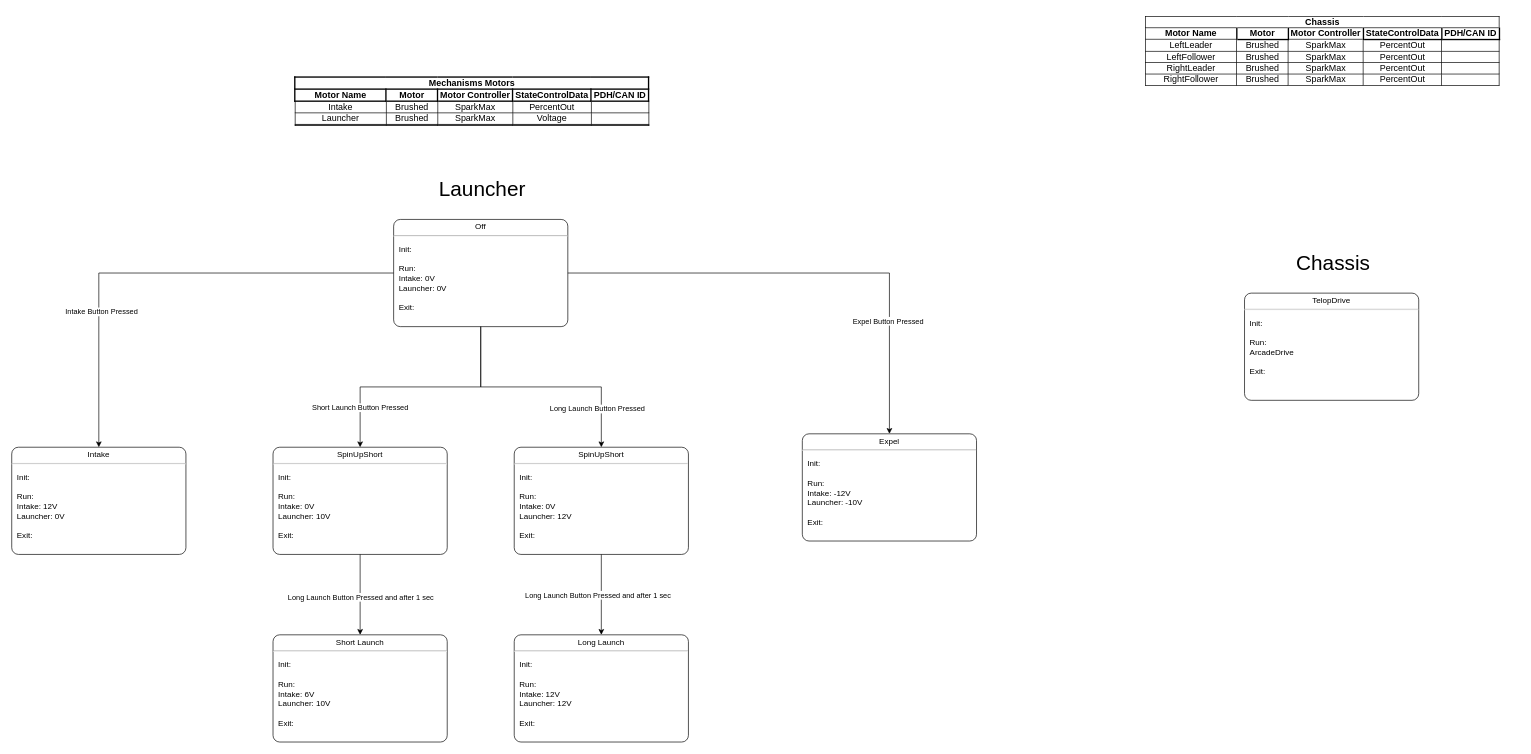
The draw.io diagram doc/State Diagram.drawio in AlexMyers0618/2026Year1Rebuilt, before the edit. Source tidied: cells renumbered, new cells numbered last; positions are measured from the earlier drawing's top-left corner, leaving out a move shared by most shapes. Both pictures are drawn from the tidied source at 67%, with x=0, y=0 at pixel (11, 11).
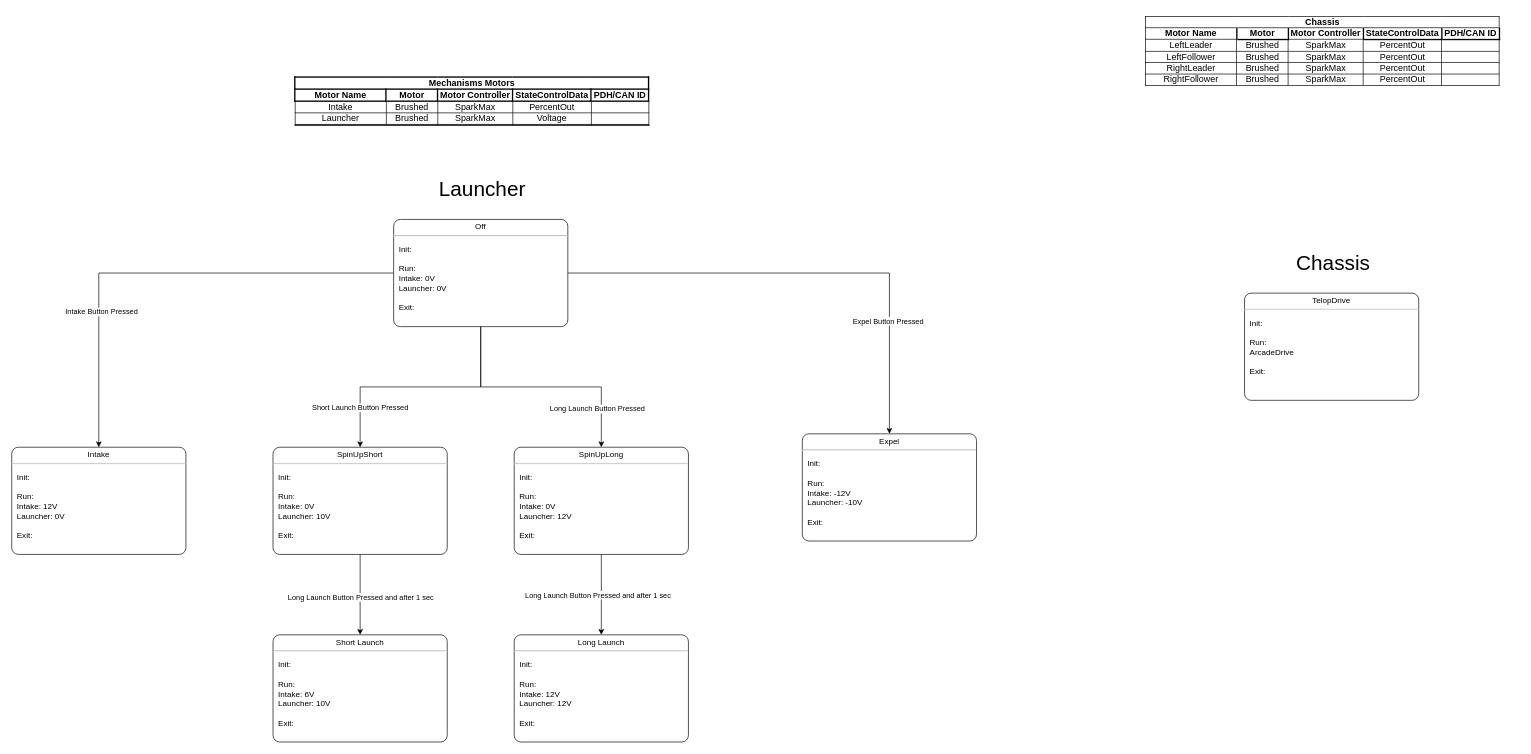
Above is the later version.

The edit, as a diff of the source:
```diff
@@
-    <mxCell id="19" value="&lt;p style=&quot;margin:0px;margin-top:4px;text-align:center;&quot;&gt;SpinUpShort&lt;/p&gt;&lt;hr&gt;&lt;p&gt;&lt;/p&gt;&lt;p style=&quot;margin:0px;margin-left:8px;text-align:left;&quot;&gt;Init:&amp;nbsp;&lt;span style=&quot;background-color: transparent; color: light-dark(rgb(0, 0, 0), rgb(255, 255, 255));&quot;&gt;&amp;nbsp;&lt;/span&gt;&lt;/p&gt;&lt;p style=&quot;margin:0px;margin-left:8px;text-align:left;&quot;&gt;&lt;br&gt;&lt;/p&gt;&lt;p style=&quot;margin: 0px 0px 0px 8px; text-align: left;&quot;&gt;&lt;span style=&quot;background-color: transparent; color: light-dark(rgb(0, 0, 0), rgb(255, 255, 255));&quot;&gt;Run:&amp;nbsp;&lt;/span&gt;&lt;/p&gt;&lt;p style=&quot;margin: 0px 0px 0px 8px; text-align: left;&quot;&gt;Intake: 0V&lt;/p&gt;&lt;p style=&quot;margin: 0px 0px 0px 8px; text-align: left;&quot;&gt;Launcher: 12V&lt;/p&gt;&lt;p style=&quot;margin: 0px 0px 0px 8px; text-align: left;&quot;&gt;&lt;br&gt;&lt;/p&gt;&lt;p style=&quot;margin: 0px 0px 0px 8px; text-align: left;&quot;&gt;&lt;span style=&quot;background-color: transparent; color: light-dark(rgb(0, 0, 0), rgb(255, 255, 255));&quot;&gt;Exit:&amp;nbsp;&lt;/span&gt;&lt;/p&gt;&lt;p style=&quot;margin:0px;margin-left:8px;text-align:left;&quot;&gt;&lt;span style=&quot;background-color: transparent; color: light-dark(rgb(0, 0, 0), rgb(255, 255, 255));&quot;&gt;&lt;br&gt;&lt;/span&gt;&lt;/p&gt;" style="shape=mxgraph.sysml.simpleState;html=1;overflow=fill;whiteSpace=wrap;align=center;" parent="1" vertex="1">
+    <mxCell id="19" value="&lt;p style=&quot;margin:0px;margin-top:4px;text-align:center;&quot;&gt;SpinUpLong&lt;/p&gt;&lt;hr&gt;&lt;p&gt;&lt;/p&gt;&lt;p style=&quot;margin:0px;margin-left:8px;text-align:left;&quot;&gt;Init:&amp;nbsp;&lt;span style=&quot;background-color: transparent; color: light-dark(rgb(0, 0, 0), rgb(255, 255, 255));&quot;&gt;&amp;nbsp;&lt;/span&gt;&lt;/p&gt;&lt;p style=&quot;margin:0px;margin-left:8px;text-align:left;&quot;&gt;&lt;br&gt;&lt;/p&gt;&lt;p style=&quot;margin: 0px 0px 0px 8px; text-align: left;&quot;&gt;&lt;span style=&quot;background-color: transparent; color: light-dark(rgb(0, 0, 0), rgb(255, 255, 255));&quot;&gt;Run:&amp;nbsp;&lt;/span&gt;&lt;/p&gt;&lt;p style=&quot;margin: 0px 0px 0px 8px; text-align: left;&quot;&gt;Intake: 0V&lt;/p&gt;&lt;p style=&quot;margin: 0px 0px 0px 8px; text-align: left;&quot;&gt;Launcher: 12V&lt;/p&gt;&lt;p style=&quot;margin: 0px 0px 0px 8px; text-align: left;&quot;&gt;&lt;br&gt;&lt;/p&gt;&lt;p style=&quot;margin: 0px 0px 0px 8px; text-align: left;&quot;&gt;&lt;span style=&quot;background-color: transparent; color: light-dark(rgb(0, 0, 0), rgb(255, 255, 255));&quot;&gt;Exit:&amp;nbsp;&lt;/span&gt;&lt;/p&gt;&lt;p style=&quot;margin:0px;margin-left:8px;text-align:left;&quot;&gt;&lt;span style=&quot;background-color: transparent; color: light-dark(rgb(0, 0, 0), rgb(255, 255, 255));&quot;&gt;&lt;br&gt;&lt;/span&gt;&lt;/p&gt;" style="shape=mxgraph.sysml.simpleState;html=1;overflow=fill;whiteSpace=wrap;align=center;" parent="1" vertex="1">
       <mxGeometry x="750" y="650" width="260" height="160" as="geometry" />
     </mxCell>
```
